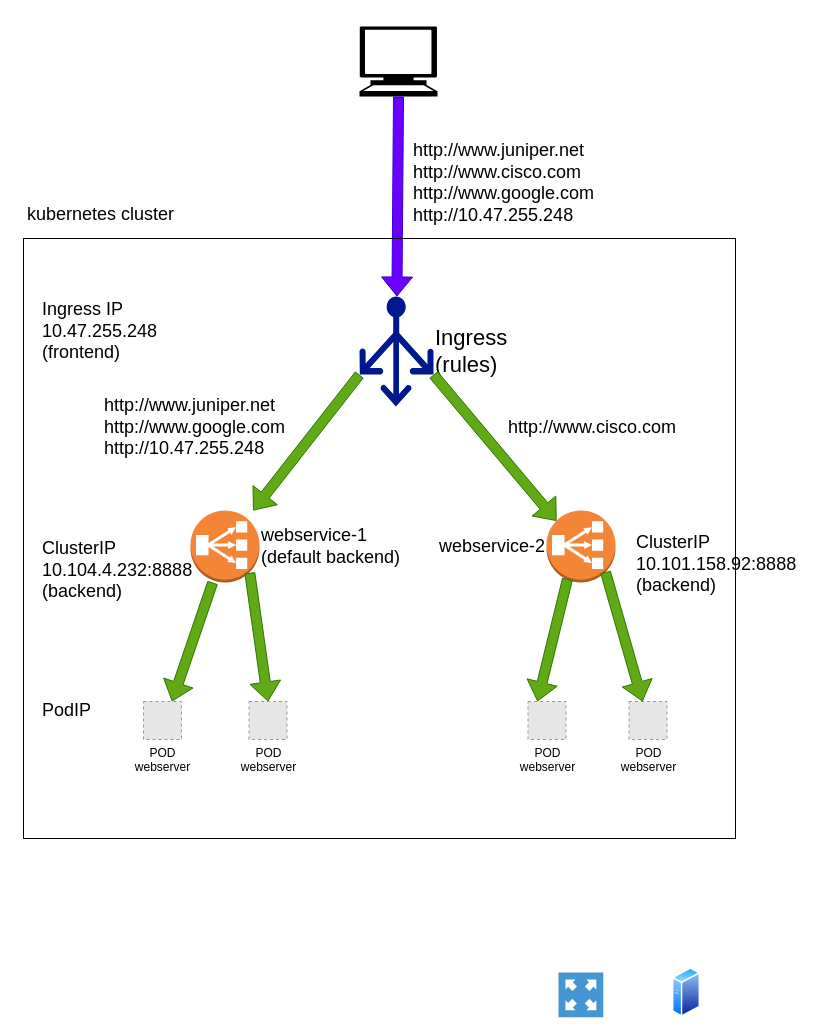
Above: diagrams/drawio/ingress-terse-vh.drawio in pinggit/kubernetes-contrail-day-one (draw.io), before the change. Source tidied: cells renumbered, new cells numbered last; positions are measured from the earlier drawing's top-left corner, leaving out a move shared by most shapes. Both pictures are drawn from the tidied source at 100%, with x=0, y=0 at pixel (23, 26). Pictures stored in the file or linked from it are replaced by grey dashed boxes.
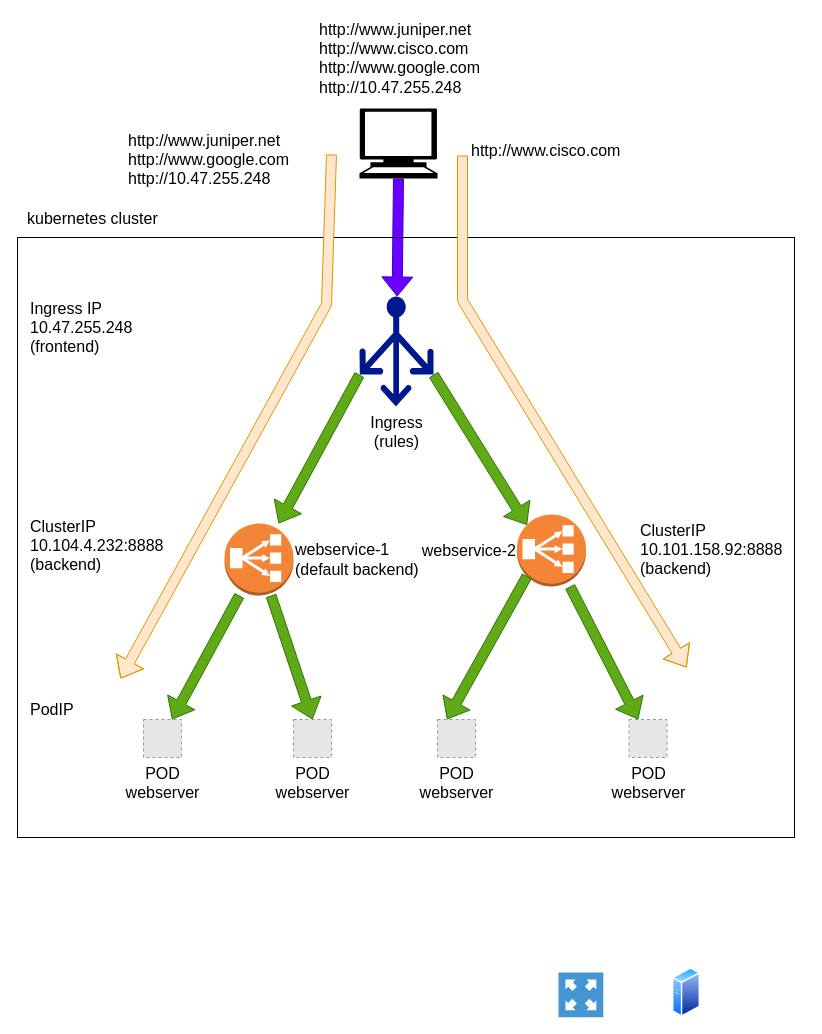
The same diagram, later.

Commit message (it also covers changes not shown here):
ch4: update ingress virtual host, add diagram, cut redundent talk

What changed in the source:
```diff
@@
-    <mxCell id="3" value="&lt;font style=&quot;font-size: 22px&quot;&gt;Ingress&lt;br&gt;(rules)&lt;br&gt;&lt;/font&gt;" style="shadow=0;dashed=0;html=1;strokeColor=none;labelPosition=right;verticalLabelPosition=middle;verticalAlign=middle;align=left;shape=mxgraph.azure.load_balancer_generic;fillColor=#00188D;" parent="1" vertex="1">
+    <mxCell id="3" value="&lt;font style=&quot;font-size: 16px;&quot;&gt;Ingress&lt;br style=&quot;font-size: 16px;&quot;&gt;(rules)&lt;br style=&quot;font-size: 16px;&quot;&gt;&lt;/font&gt;" style="shadow=0;dashed=0;html=1;strokeColor=none;labelPosition=center;verticalLabelPosition=bottom;verticalAlign=top;align=center;shape=mxgraph.azure.load_balancer_generic;fillColor=#00188D;fontSize=16;" parent="1" vertex="1">
       <mxGeometry x="336" y="270" width="74" height="110" as="geometry" />
     </mxCell>
-    <mxCell id="4" value="&lt;font style=&quot;font-size: 18px&quot;&gt;webservice-1&lt;br&gt;(default backend)&lt;br&gt;&lt;/font&gt;" style="outlineConnect=0;dashed=0;verticalLabelPosition=middle;verticalAlign=middle;align=left;html=1;shape=mxgraph.aws3.classic_load_balancer;fillColor=#F58536;gradientColor=none;labelPosition=right;" parent="1" vertex="1">
-      <mxGeometry x="167" y="484" width="69" height="72" as="geometry" />
+    <mxCell id="4" value="&lt;font style=&quot;font-size: 16px;&quot;&gt;webservice-1&lt;br style=&quot;font-size: 16px;&quot;&gt;(default backend)&lt;br style=&quot;font-size: 16px;&quot;&gt;&lt;/font&gt;" style="outlineConnect=0;dashed=0;verticalLabelPosition=middle;verticalAlign=middle;align=left;html=1;shape=mxgraph.aws3.classic_load_balancer;fillColor=#F58536;gradientColor=none;labelPosition=right;fontSize=16;" parent="1" vertex="1">
+      <mxGeometry x="201" y="497" width="69" height="72" as="geometry" />
     </mxCell>
-    <mxCell id="5" value="webservice-2" style="outlineConnect=0;dashed=0;verticalLabelPosition=middle;verticalAlign=middle;align=right;html=1;shape=mxgraph.aws3.classic_load_balancer;fillColor=#F58536;gradientColor=none;labelPosition=left;fontSize=18;" parent="1" vertex="1">
-      <mxGeometry x="523" y="484" width="69" height="72" as="geometry" />
+    <mxCell id="5" value="webservice-2" style="outlineConnect=0;dashed=0;verticalLabelPosition=middle;verticalAlign=middle;align=right;html=1;shape=mxgraph.aws3.classic_load_balancer;fillColor=#F58536;gradientColor=none;labelPosition=left;fontSize=16;" parent="1" vertex="1">
+      <mxGeometry x="493.5" y="488" width="69" height="72" as="geometry" />
     </mxCell>
@@
-    <mxCell id="7" value="POD&lt;br&gt;webserver&lt;br&gt;" style="fillColor=#E6E6E6;strokeColor=#999999;dashed=1;html=1;verticalAlign=top;verticalLabelPosition=bottom;labelBackgroundColor=#ffffff;labelPosition=center;align=center;" parent="1" vertex="1">
-      <mxGeometry x="120" y="675" width="38" height="38" as="geometry" />
+    <mxCell id="7" value="POD&lt;br style=&quot;font-size: 16px;&quot;&gt;webserver&lt;br style=&quot;font-size: 16px;&quot;&gt;" style="fillColor=#E6E6E6;strokeColor=#999999;dashed=1;html=1;verticalAlign=top;verticalLabelPosition=bottom;labelBackgroundColor=#ffffff;labelPosition=center;align=center;fontSize=16;" parent="1" vertex="1">
+      <mxGeometry x="120" y="693" width="38" height="38" as="geometry" />
     </mxCell>
-    <mxCell id="8" value="POD&lt;br&gt;webserver&lt;br&gt;" style="fillColor=#E6E6E6;strokeColor=#999999;dashed=1;html=1;verticalAlign=top;verticalLabelPosition=bottom;labelBackgroundColor=#ffffff;labelPosition=center;align=center;" parent="1" vertex="1">
-      <mxGeometry x="225.5" y="675" width="38" height="38" as="geometry" />
+    <mxCell id="8" value="POD&lt;br style=&quot;font-size: 16px;&quot;&gt;webserver&lt;br style=&quot;font-size: 16px;&quot;&gt;" style="fillColor=#E6E6E6;strokeColor=#999999;dashed=1;html=1;verticalAlign=top;verticalLabelPosition=bottom;labelBackgroundColor=#ffffff;labelPosition=center;align=center;fontSize=16;" parent="1" vertex="1">
+      <mxGeometry x="270" y="693" width="38" height="38" as="geometry" />
     </mxCell>
-    <mxCell id="9" value="POD&lt;br&gt;webserver&lt;br&gt;" style="fillColor=#E6E6E6;strokeColor=#999999;dashed=1;html=1;verticalAlign=top;verticalLabelPosition=bottom;labelBackgroundColor=#ffffff;labelPosition=center;align=center;" parent="1" vertex="1">
-      <mxGeometry x="504.5" y="675" width="38" height="38" as="geometry" />
+    <mxCell id="9" value="POD&lt;br style=&quot;font-size: 16px;&quot;&gt;webserver&lt;br style=&quot;font-size: 16px;&quot;&gt;" style="fillColor=#E6E6E6;strokeColor=#999999;dashed=1;html=1;verticalAlign=top;verticalLabelPosition=bottom;labelBackgroundColor=#ffffff;labelPosition=center;align=center;fontSize=16;" parent="1" vertex="1">
+      <mxGeometry x="414" y="693" width="38" height="38" as="geometry" />
     </mxCell>
-    <mxCell id="10" value="POD&lt;br&gt;webserver&lt;br&gt;" style="fillColor=#E6E6E6;strokeColor=#999999;dashed=1;html=1;verticalAlign=top;verticalLabelPosition=bottom;labelBackgroundColor=#ffffff;labelPosition=center;align=center;" parent="1" vertex="1">
-      <mxGeometry x="605.5" y="675" width="38" height="38" as="geometry" />
+    <mxCell id="10" value="POD&lt;br style=&quot;font-size: 16px;&quot;&gt;webserver&lt;br style=&quot;font-size: 16px;&quot;&gt;" style="fillColor=#E6E6E6;strokeColor=#999999;dashed=1;html=1;verticalAlign=top;verticalLabelPosition=bottom;labelBackgroundColor=#ffffff;labelPosition=center;align=center;fontSize=16;" parent="1" vertex="1">
+      <mxGeometry x="605.5" y="693" width="38" height="38" as="geometry" />
     </mxCell>
-    <mxCell id="11" style="shape=flexArrow;endArrow=classic;html=1;exitX=0;exitY=0.71;exitDx=0;exitDy=0;exitPerimeter=0;fillColor=#60a917;strokeColor=#2D7600;" parent="1" edge="1" source="3" target="4">
+    <mxCell id="11" style="shape=flexArrow;endArrow=classic;html=1;exitX=0;exitY=0.71;exitDx=0;exitDy=0;exitPerimeter=0;fillColor=#60a917;strokeColor=#2D7600;fontSize=16;" parent="1" edge="1" source="3" target="4">
       <mxGeometry relative="1" as="geometry" />
     </mxCell>
-    <mxCell id="12" style="shape=flexArrow;endArrow=classic;html=1;exitX=1;exitY=0.71;exitDx=0;exitDy=0;exitPerimeter=0;entryX=0.145;entryY=0.145;entryDx=0;entryDy=0;entryPerimeter=0;fillColor=#60a917;strokeColor=#2D7600;" parent="1" edge="1" source="3" target="5">
+    <mxCell id="12" style="shape=flexArrow;endArrow=classic;html=1;exitX=1;exitY=0.71;exitDx=0;exitDy=0;exitPerimeter=0;entryX=0.145;entryY=0.145;entryDx=0;entryDy=0;entryPerimeter=0;fillColor=#60a917;strokeColor=#2D7600;fontSize=16;" parent="1" edge="1" source="3" target="5">
       <mxGeometry relative="1" as="geometry" />
     </mxCell>
-    <mxCell id="13" style="edgeStyle=none;rounded=0;jettySize=auto;html=1;endArrow=none;endFill=0;startArrow=classic;startFill=1;exitX=0.75;exitY=0;exitDx=0;exitDy=0;verticalAlign=middle;shape=flexArrow;fillColor=#60a917;strokeColor=#2D7600;" parent="1" edge="1" source="7" target="4">
+    <mxCell id="13" style="edgeStyle=none;rounded=0;jettySize=auto;html=1;endArrow=none;endFill=0;startArrow=classic;startFill=1;exitX=0.75;exitY=0;exitDx=0;exitDy=0;verticalAlign=middle;shape=flexArrow;fillColor=#60a917;strokeColor=#2D7600;fontSize=16;" parent="1" edge="1" source="7" target="4">
       <mxGeometry relative="1" as="geometry" />
     </mxCell>
-    <mxCell id="14" style="edgeStyle=none;rounded=0;jettySize=auto;html=1;endArrow=none;endFill=0;startArrow=classic;startFill=1;verticalAlign=middle;shape=flexArrow;fillColor=#60a917;strokeColor=#2D7600;entryX=0.855;entryY=0.855;entryDx=0;entryDy=0;entryPerimeter=0;exitX=0.5;exitY=0;exitDx=0;exitDy=0;" parent="1" edge="1" source="8">
-      <mxGeometry relative="1" as="geometry">
-        <mxPoint x="226.3" y="546.3" as="targetPoint" />
-      </mxGeometry>
+    <mxCell id="14" style="edgeStyle=none;rounded=0;jettySize=auto;html=1;endArrow=none;endFill=0;startArrow=classic;startFill=1;verticalAlign=middle;shape=flexArrow;fillColor=#60a917;strokeColor=#2D7600;exitX=0.5;exitY=0;exitDx=0;exitDy=0;fontSize=16;" parent="1" edge="1" source="8" target="4">
+      <mxGeometry relative="1" as="geometry" />
     </mxCell>
-    <mxCell id="15" style="edgeStyle=none;rounded=0;jettySize=auto;html=1;endArrow=none;endFill=0;startArrow=classic;startFill=1;exitX=0.25;exitY=0;exitDx=0;exitDy=0;verticalAlign=middle;shape=flexArrow;fillColor=#60a917;strokeColor=#2D7600;" parent="1" edge="1" source="9">
-      <mxGeometry relative="1" as="geometry">
-        <mxPoint x="544" y="552.5" as="targetPoint" />
-      </mxGeometry>
+    <mxCell id="15" style="edgeStyle=none;rounded=0;jettySize=auto;html=1;endArrow=none;endFill=0;startArrow=classic;startFill=1;exitX=0.25;exitY=0;exitDx=0;exitDy=0;verticalAlign=middle;shape=flexArrow;fillColor=#60a917;strokeColor=#2D7600;entryX=0.145;entryY=0.855;entryDx=0;entryDy=0;entryPerimeter=0;fontSize=16;" parent="1" edge="1" source="9" target="5">
+      <mxGeometry relative="1" as="geometry" />
     </mxCell>
-    <mxCell id="16" style="edgeStyle=none;rounded=0;jettySize=auto;html=1;endArrow=none;endFill=0;startArrow=classic;startFill=1;verticalAlign=middle;shape=flexArrow;entryX=0.855;entryY=0.855;entryDx=0;entryDy=0;entryPerimeter=0;fillColor=#60a917;strokeColor=#2D7600;" parent="1" edge="1" source="10" target="5">
+    <mxCell id="16" style="edgeStyle=none;rounded=0;jettySize=auto;html=1;endArrow=none;endFill=0;startArrow=classic;startFill=1;verticalAlign=middle;shape=flexArrow;fillColor=#60a917;strokeColor=#2D7600;fontSize=16;" parent="1" edge="1" source="10" target="5">
       <mxGeometry relative="1" as="geometry" />
     </mxCell>
-    <mxCell id="17" style="shape=mxgraph.signs.tech.computer;html=1;fillColor=#000000;strokeColor=none;verticalLabelPosition=bottom;verticalAlign=top;align=center;" parent="1" vertex="1">
-      <mxGeometry x="336" width="78" height="70" as="geometry" />
+    <mxCell id="17" style="shape=mxgraph.signs.tech.computer;html=1;fillColor=#000000;strokeColor=none;verticalLabelPosition=bottom;verticalAlign=top;align=center;fontSize=16;" parent="1" vertex="1">
+      <mxGeometry x="336" y="82" width="78" height="70" as="geometry" />
     </mxCell>
-    <mxCell id="18" style="shape=flexArrow;endArrow=classic;html=1;exitX=0.5;exitY=1;exitDx=0;exitDy=0;exitPerimeter=0;fillColor=#6a00ff;strokeColor=#3700CC;" parent="1" edge="1" source="17" target="3">
+    <mxCell id="18" style="shape=flexArrow;endArrow=classic;html=1;exitX=0.5;exitY=1;exitDx=0;exitDy=0;exitPerimeter=0;fillColor=#6a00ff;strokeColor=#3700CC;fontSize=16;" parent="1" edge="1" source="17" target="3">
       <mxGeometry relative="1" as="geometry" />
     </mxCell>
-    <mxCell id="19" value="Ingress IP&lt;br&gt;10.47.255.248&lt;br&gt;(frontend)" style="text;html=1;align=left;verticalAlign=top;spacingTop=-4;fontSize=18;" parent="1" vertex="1">
-      <mxGeometry x="16.5" y="270" width="125" height="66" as="geometry" />
+    <mxCell id="19" value="Ingress IP&lt;br style=&quot;font-size: 16px;&quot;&gt;10.47.255.248&lt;br style=&quot;font-size: 16px;&quot;&gt;(frontend)" style="text;html=1;align=left;verticalAlign=top;spacingTop=-4;fontSize=16;" parent="1" vertex="1">
+      <mxGeometry x="4.5" y="270" width="125" height="66" as="geometry" />
     </mxCell>
-    <mxCell id="20" value="ClusterIP&lt;br&gt;10.104.4.232:8888&lt;br&gt;(backend)" style="text;html=1;align=left;verticalAlign=top;spacingTop=-4;fontSize=18;" parent="1" vertex="1">
-      <mxGeometry x="16.5" y="509" width="160" height="66" as="geometry" />
+    <mxCell id="20" value="ClusterIP&lt;br style=&quot;font-size: 16px;&quot;&gt;10.104.4.232:8888&lt;br style=&quot;font-size: 16px;&quot;&gt;(backend)" style="text;html=1;align=left;verticalAlign=top;spacingTop=-4;fontSize=16;" parent="1" vertex="1">
+      <mxGeometry x="4.5" y="488" width="160" height="66" as="geometry" />
     </mxCell>
-    <mxCell id="21" value="PodIP" style="text;html=1;align=left;verticalAlign=top;spacingTop=-4;fontSize=18;" parent="1" vertex="1">
-      <mxGeometry x="16.5" y="671" width="59" height="22" as="geometry" />
+    <mxCell id="21" value="PodIP" style="text;html=1;align=left;verticalAlign=top;spacingTop=-4;fontSize=16;" parent="1" vertex="1">
+      <mxGeometry x="4.5" y="671" width="59" height="22" as="geometry" />
     </mxCell>
-    <mxCell id="22" value="kubernetes cluster" style="text;html=1;align=left;verticalAlign=top;spacingTop=-4;fontSize=18;" parent="1" vertex="1">
-      <mxGeometry x="2" y="175" width="157" height="22" as="geometry" />
+    <mxCell id="22" value="kubernetes cluster" style="text;html=1;align=left;verticalAlign=top;spacingTop=-4;fontSize=16;" parent="1" vertex="1">
+      <mxGeometry x="2" y="180" width="157" height="22" as="geometry" />
     </mxCell>
-    <mxCell id="23" value="http://www.cisco.com" style="text;html=1;align=left;verticalAlign=top;spacingTop=-4;fontSize=18;" parent="1" vertex="1">
-      <mxGeometry x="483" y="388" width="178" height="22" as="geometry" />
+    <mxCell id="23" value="http://www.cisco.com" style="text;html=1;align=left;verticalAlign=top;spacingTop=-4;fontSize=16;" parent="1" vertex="1">
+      <mxGeometry x="446" y="112" width="178" height="22" as="geometry" />
     </mxCell>
-    <mxCell id="24" value="http://www.juniper.net&lt;br&gt;http://www.google.com&lt;br&gt;http://10.47.255.248" style="text;html=1;align=left;verticalAlign=top;spacingTop=-4;fontSize=18;" parent="1" vertex="1">
-      <mxGeometry x="79" y="366" width="191" height="66" as="geometry" />
+    <mxCell id="24" value="http://www.juniper.net&lt;br style=&quot;font-size: 16px;&quot;&gt;http://www.google.com&lt;br style=&quot;font-size: 16px;&quot;&gt;http://10.47.255.248" style="text;html=1;align=left;verticalAlign=top;spacingTop=-4;fontSize=16;" parent="1" vertex="1">
+      <mxGeometry x="103" y="101.5" width="191" height="66" as="geometry" />
     </mxCell>
-    <mxCell id="25" value="ClusterIP&lt;br&gt;10.101.158.92:8888&lt;br&gt;(backend)" style="text;html=1;align=left;verticalAlign=top;spacingTop=-4;fontSize=18;" parent="1" vertex="1">
-      <mxGeometry x="611" y="503" width="170" height="66" as="geometry" />
+    <mxCell id="25" value="&lt;font style=&quot;font-size: 16px;&quot;&gt;ClusterIP&lt;br style=&quot;font-size: 16px;&quot;&gt;10.101.158.92:8888&lt;br style=&quot;font-size: 16px;&quot;&gt;(backend)&lt;/font&gt;" style="text;html=1;align=left;verticalAlign=top;spacingTop=-4;fontSize=16;" parent="1" vertex="1">
+      <mxGeometry x="615" y="492" width="152" height="69" as="geometry" />
     </mxCell>
-    <mxCell id="26" value="http://www.juniper.net&lt;br&gt;http://www.cisco.com&lt;br&gt;http://www.google.com&lt;br&gt;http://10.47.255.248" style="text;html=1;align=left;verticalAlign=top;spacingTop=-4;fontSize=18;" parent="1" vertex="1">
-      <mxGeometry x="387.5" y="111" width="191" height="88" as="geometry" />
+    <mxCell id="26" value="http://www.juniper.net&lt;br style=&quot;font-size: 16px;&quot;&gt;http://www.cisco.com&lt;br style=&quot;font-size: 16px;&quot;&gt;http://www.google.com&lt;br style=&quot;font-size: 16px;&quot;&gt;http://10.47.255.248" style="text;html=1;align=left;verticalAlign=top;spacingTop=-4;fontSize=16;" parent="1" vertex="1">
+      <mxGeometry x="294" y="-9" width="191" height="88" as="geometry" />
     </mxCell>
     <mxCell id="27" style="rounded=0;whiteSpace=wrap;html=1;fontSize=18;fillColor=none;" parent="1" vertex="1">
-      <mxGeometry y="212" width="712" height="600" as="geometry" />
+      <mxGeometry x="-6" y="211" width="777" height="600" as="geometry" />
     </mxCell>
+    <mxCell id="28" style="shape=flexArrow;endArrow=classic;html=1;fillColor=#ffe6cc;strokeColor=#d79b00;fontSize=16;" parent="1" edge="1">
+      <mxGeometry relative="1" as="geometry">
+        <mxPoint x="308" y="128" as="sourcePoint" />
+        <mxPoint x="97" y="652" as="targetPoint" />
+        <Array as="points">
+          <mxPoint x="303" y="278" />
+        </Array>
+      </mxGeometry>
+    </mxCell>
+    <mxCell id="29" style="shape=flexArrow;endArrow=classic;html=1;fillColor=#ffe6cc;strokeColor=#d79b00;fontSize=16;" parent="1" edge="1">
+      <mxGeometry relative="1" as="geometry">
+        <mxPoint x="439" y="129" as="sourcePoint" />
+        <mxPoint x="663" y="641" as="targetPoint" />
+        <Array as="points">
+          <mxPoint x="439" y="274" />
+        </Array>
+      </mxGeometry>
+    </mxCell>
```
